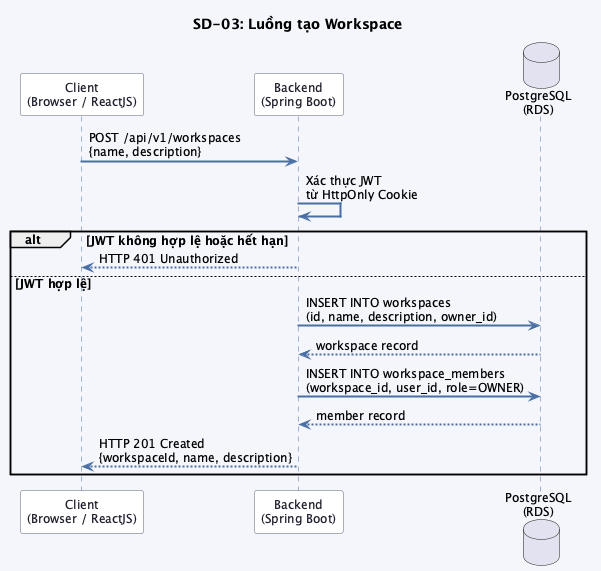
This is src/images/chap3/sequence_sd03.png from trongnhan34vn/trello-report, a PlantUML export, as it was before one commit. The source it was exported from:
```plantuml
@startuml sequence_sd03

skinparam backgroundColor #f4f6fb
skinparam defaultFontSize 12
skinparam sequenceArrowThickness 2
skinparam sequenceArrowColor #4a6fa5
skinparam sequenceLifeLineBorderColor #4a6fa5
skinparam sequenceParticipantBackgroundColor #ffffff
skinparam sequenceParticipantBorderColor #5b6279
skinparam sequenceParticipantFontColor #1e1e2e
skinparam sequenceActorBackgroundColor #ffffff
skinparam sequenceActorBorderColor #1a3a7a
skinparam noteBackgroundColor #dce3f5
skinparam noteBorderColor #4a6fa5
skinparam noteFontColor #1e1e2e

title SD-03: Luồng tạo Workspace

participant "Client\n(Browser / ReactJS)" as CLIENT
participant "Backend\n(Spring Boot)" as BACKEND
database "PostgreSQL\n(RDS)" as DB

CLIENT -> BACKEND : POST /api/v1/workspaces\n{name, description}

BACKEND -> BACKEND : Xác thực JWT\ntừ HttpOnly Cookie

alt JWT không hợp lệ hoặc hết hạn
    BACKEND --> CLIENT : HTTP 401 Unauthorized
else JWT hợp lệ
    BACKEND -> DB : INSERT INTO workspaces\n(id, name, description, owner_id)
    DB --> BACKEND : workspace record

    BACKEND -> DB : INSERT INTO workspace_members\n(workspace_id, user_id, role=OWNER)
    DB --> BACKEND : member record

    BACKEND --> CLIENT : HTTP 201 Created\n{workspaceId, name, description}
end

@enduml
```
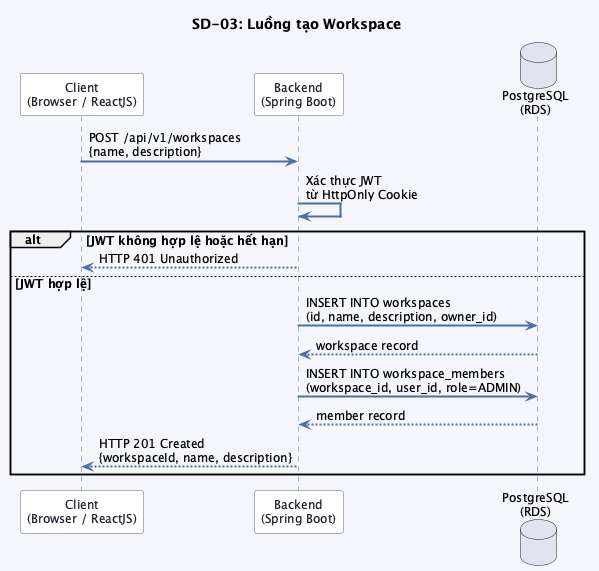
After the commit.

Change to the diagram source:
```diff
@@ -30,7 +30,7 @@
     BACKEND -> DB : INSERT INTO workspaces\n(id, name, description, owner_id)
     DB --> BACKEND : workspace record
 
-    BACKEND -> DB : INSERT INTO workspace_members\n(workspace_id, user_id, role=OWNER)
+    BACKEND -> DB : INSERT INTO workspace_members\n(workspace_id, user_id, role=ADMIN)
     DB --> BACKEND : member record
 
     BACKEND --> CLIENT : HTTP 201 Created\n{workspaceId, name, description}
```
